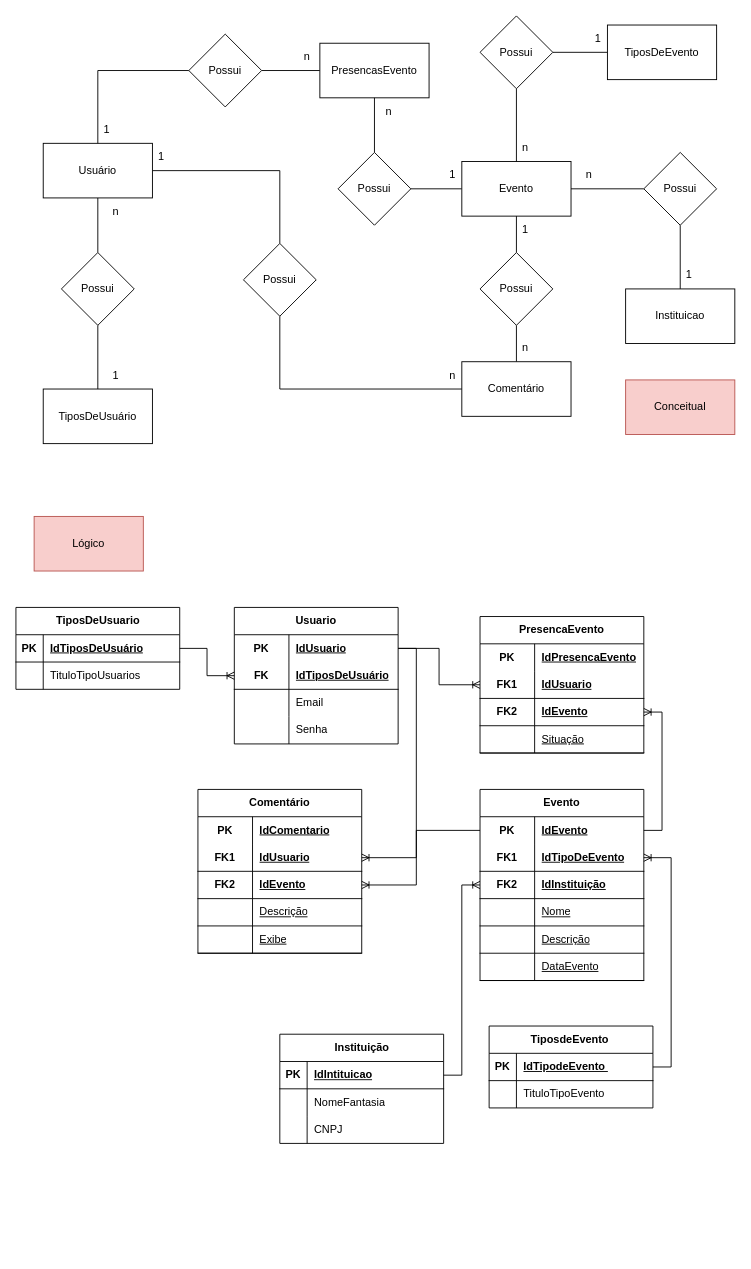
Above: Sprint 1/EVENT+/Banco de Dados/Modelagem/Modelagem.drawio in mlm5608/2semestre (draw.io), before the change. Source tidied: cells renumbered, new cells numbered last; positions are measured from the earlier drawing's top-left corner, leaving out a move shared by most shapes. Both pictures are drawn from the tidied source at 91%, with x=0, y=0 at pixel (15, 15).
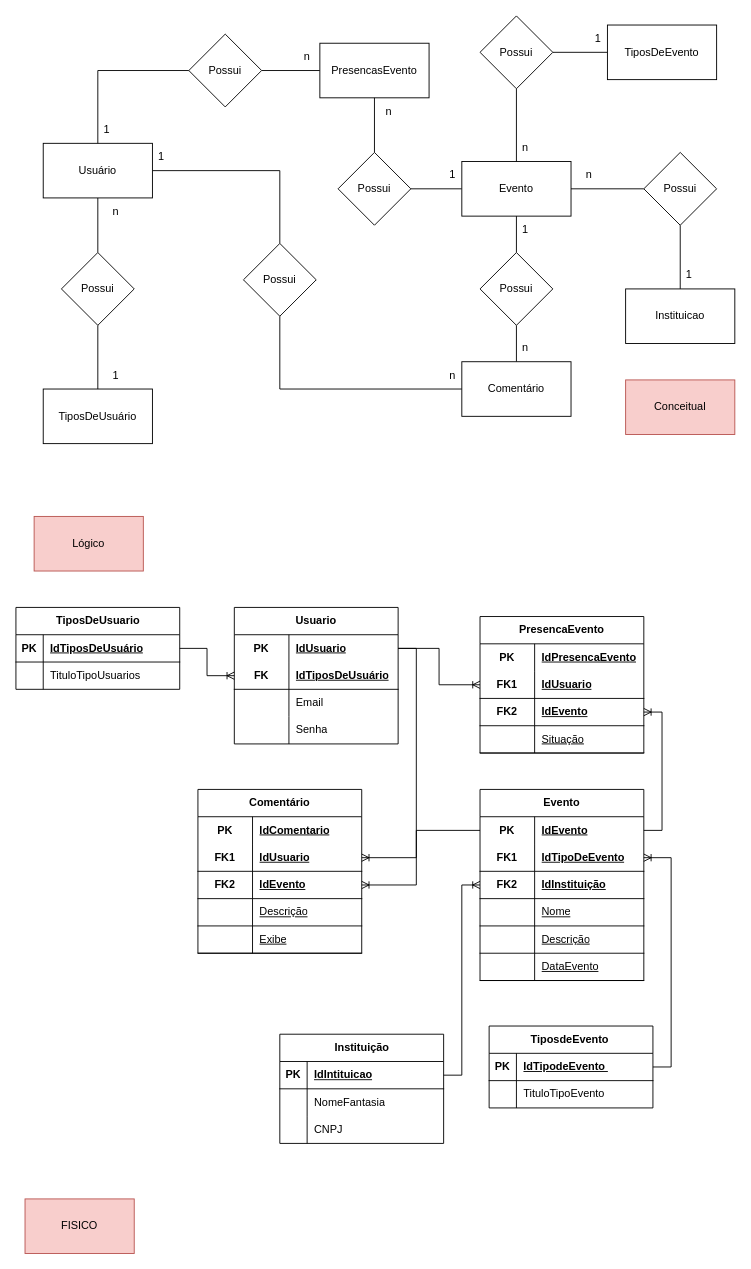
The same page after the edit.

Change to the diagram source:
```diff
@@
+    <mxCell id="138" value="FISICO" style="rounded=0;whiteSpace=wrap;html=1;fillColor=#f8cecc;strokeColor=#b85450;" parent="1" vertex="1">
+      <mxGeometry x="10" y="1300" width="120" height="60" as="geometry" />
+    </mxCell>
```
